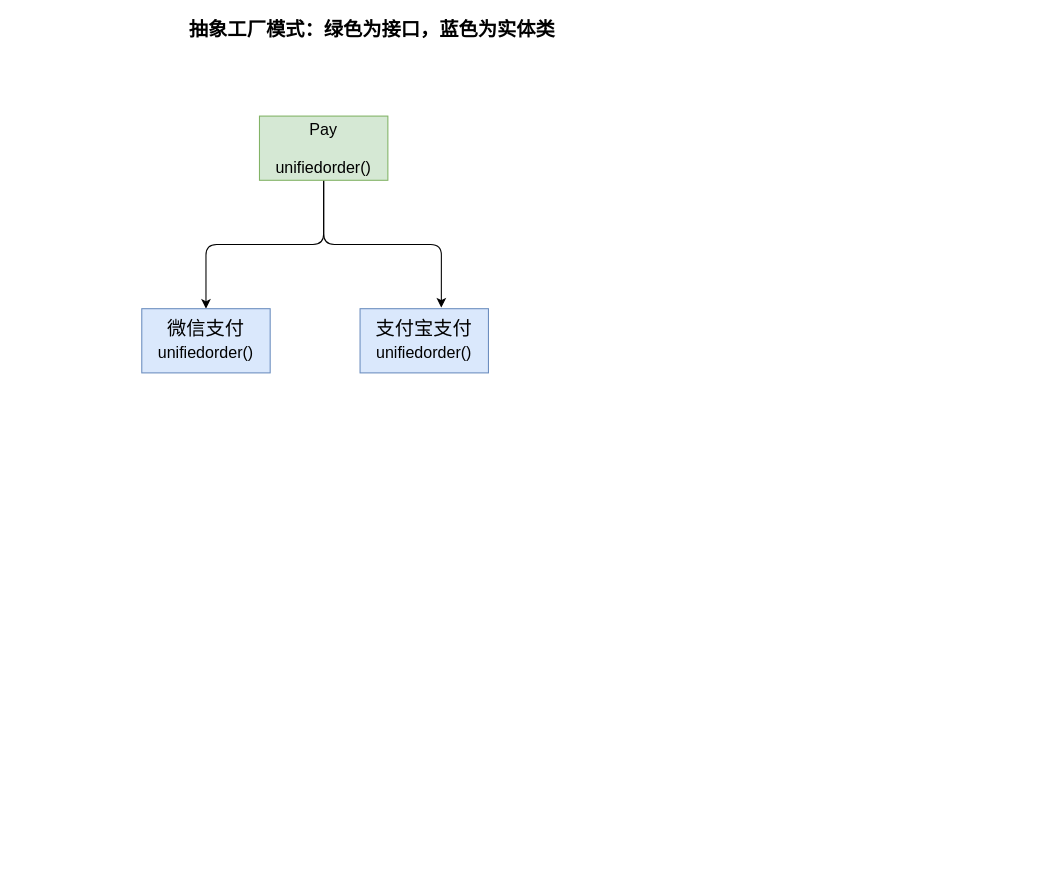
This is abstractfactory.drawio from springzb/diagrams, a draw.io file, before an edit. Source tidied: cells renumbered, new cells numbered last; positions are measured from the earlier drawing's top-left corner, leaving out a move shared by most shapes. Both pictures are drawn from the tidied source at 107%, with x=0, y=0 at pixel (141, 19).
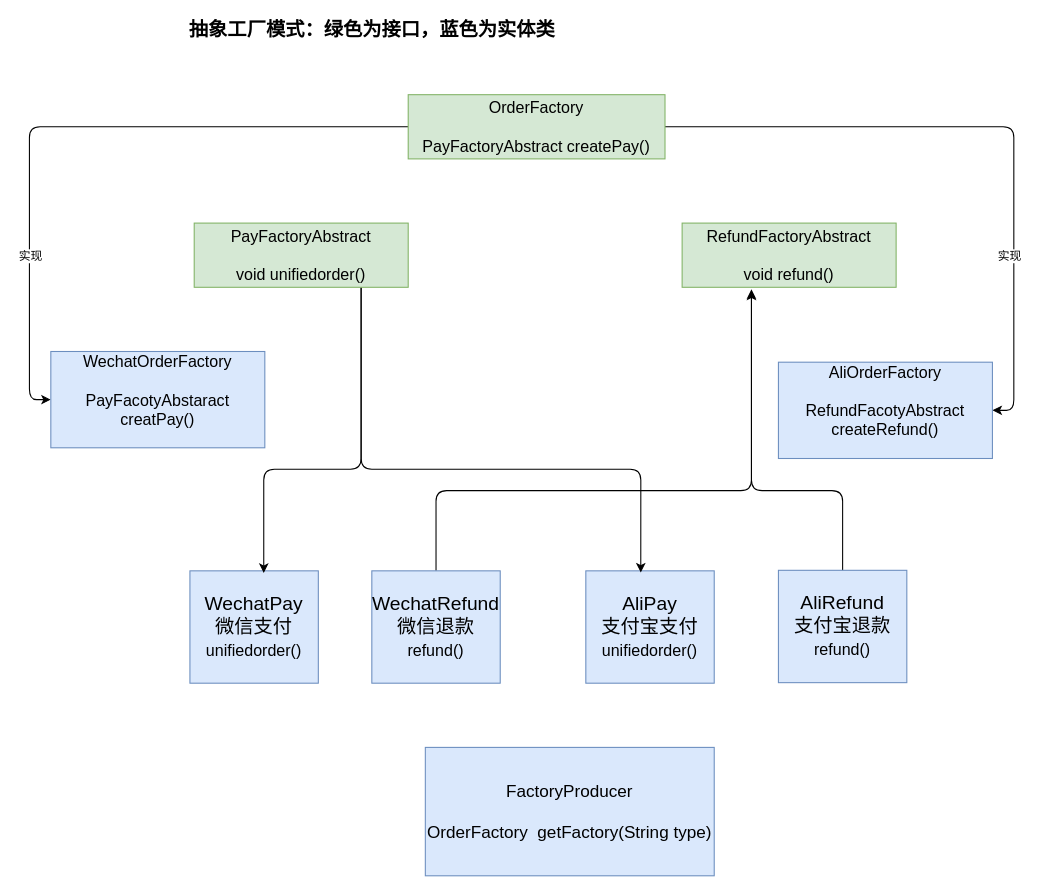
The same diagram, later.

Change to the diagram source:
```diff
@@
-    <mxCell id="2" style="edgeStyle=orthogonalEdgeStyle;rounded=1;jettySize=auto;html=1;entryX=0.5;entryY=0;entryDx=0;entryDy=0;" parent="1" edge="1" source="4" target="5">
-      <mxGeometry relative="1" as="geometry" />
-    </mxCell>
-    <mxCell id="3" style="edgeStyle=orthogonalEdgeStyle;rounded=1;jettySize=auto;html=1;entryX=0.633;entryY=-0.017;entryDx=0;entryDy=0;entryPerimeter=0;" parent="1" edge="1" source="4" target="6">
-      <mxGeometry relative="1" as="geometry" />
-    </mxCell>
-    <mxCell id="4" value="&lt;font style=&quot;font-size: 15px&quot;&gt;Pay&lt;br&gt;&lt;br&gt;unifiedorder()&lt;/font&gt;" style="rounded=0;whiteSpace=wrap;html=1;fillColor=#d5e8d4;strokeColor=#82b366;" parent="1" vertex="1">
-      <mxGeometry x="110" y="90" width="120" height="60" as="geometry" />
-    </mxCell>
-    <mxCell id="5" value="&lt;font style=&quot;font-size: 18px&quot;&gt;微信支付&lt;br&gt;&lt;span style=&quot;font-size: 15px&quot;&gt;unifiedorder()&lt;/span&gt;&lt;br&gt;&lt;/font&gt;" style="rounded=0;whiteSpace=wrap;html=1;fillColor=#dae8fc;strokeColor=#6c8ebf;" parent="1" vertex="1">
-      <mxGeometry y="270" width="120" height="60" as="geometry" />
+    <mxCell id="5" value="&lt;font style=&quot;font-size: 18px&quot;&gt;WechatPay&lt;br&gt;微信支付&lt;br&gt;&lt;span style=&quot;font-size: 15px&quot;&gt;unifiedorder()&lt;/span&gt;&lt;br&gt;&lt;/font&gt;" style="rounded=0;whiteSpace=wrap;html=1;fillColor=#dae8fc;strokeColor=#6c8ebf;" parent="1" vertex="1">
+      <mxGeometry x="45" y="515" width="120" height="105" as="geometry" />
     </mxCell>
-    <mxCell id="6" value="&lt;font style=&quot;font-size: 18px&quot;&gt;支付宝支付&lt;br&gt;&lt;span style=&quot;font-size: 15px&quot;&gt;unifiedorder()&lt;/span&gt;&lt;br&gt;&lt;/font&gt;" style="rounded=0;whiteSpace=wrap;html=1;fillColor=#dae8fc;strokeColor=#6c8ebf;" parent="1" vertex="1">
-      <mxGeometry x="204" y="270" width="120" height="60" as="geometry" />
+    <mxCell id="6" value="&lt;font style=&quot;font-size: 18px&quot;&gt;AliPay&lt;br&gt;支付宝支付&lt;br&gt;&lt;span style=&quot;font-size: 15px&quot;&gt;unifiedorder()&lt;/span&gt;&lt;br&gt;&lt;/font&gt;" style="rounded=0;whiteSpace=wrap;html=1;fillColor=#dae8fc;strokeColor=#6c8ebf;" parent="1" vertex="1">
+      <mxGeometry x="415" y="515" width="120" height="105" as="geometry" />
     </mxCell>
@@
+    <mxCell id="8" style="edgeStyle=orthogonalEdgeStyle;rounded=1;jettySize=auto;html=1;entryX=1;entryY=0.5;entryDx=0;entryDy=0;" parent="1" edge="1" source="11" target="17">
+      <mxGeometry relative="1" as="geometry" />
+    </mxCell>
+    <mxCell id="9" value="实现" style="edgeLabel;html=1;align=center;verticalAlign=middle;" parent="8" vertex="1">
+      <mxGeometry x="-0.28" y="-2" relative="1" as="geometry">
+        <mxPoint x="101.3" y="118" as="offset" />
+      </mxGeometry>
+    </mxCell>
+    <mxCell id="10" style="edgeStyle=orthogonalEdgeStyle;rounded=1;jettySize=auto;html=1;entryX=0;entryY=0.5;entryDx=0;entryDy=0;" parent="1" edge="1" source="11" target="16">
+      <mxGeometry relative="1" as="geometry" />
+    </mxCell>
+    <mxCell id="11" value="&lt;font style=&quot;font-size: 15px&quot;&gt;OrderFactory&lt;br&gt;&lt;br&gt;PayFactoryAbstract createPay()&lt;br&gt;&lt;/font&gt;" style="rounded=0;whiteSpace=wrap;html=1;fillColor=#d5e8d4;strokeColor=#82b366;" parent="1" vertex="1">
+      <mxGeometry x="249" y="70" width="240" height="60" as="geometry" />
+    </mxCell>
+    <mxCell id="12" style="edgeStyle=orthogonalEdgeStyle;rounded=1;jettySize=auto;html=1;entryX=0.575;entryY=0.019;entryDx=0;entryDy=0;entryPerimeter=0;" parent="1" edge="1" source="14" target="5">
+      <mxGeometry relative="1" as="geometry">
+        <Array as="points">
+          <mxPoint x="205" y="420" />
+          <mxPoint x="114" y="420" />
+        </Array>
+      </mxGeometry>
+    </mxCell>
+    <mxCell id="13" style="edgeStyle=orthogonalEdgeStyle;rounded=1;jettySize=auto;html=1;entryX=0.428;entryY=0.015;entryDx=0;entryDy=0;entryPerimeter=0;" parent="1" edge="1" source="14" target="6">
+      <mxGeometry relative="1" as="geometry">
+        <Array as="points">
+          <mxPoint x="205" y="420" />
+          <mxPoint x="466" y="420" />
+        </Array>
+      </mxGeometry>
+    </mxCell>
+    <mxCell id="14" value="&lt;font style=&quot;font-size: 15px&quot;&gt;PayFactoryAbstract&lt;br&gt;&lt;br&gt;void unifiedorder()&lt;/font&gt;" style="rounded=0;whiteSpace=wrap;html=1;fillColor=#d5e8d4;strokeColor=#82b366;" parent="1" vertex="1">
+      <mxGeometry x="49" y="190" width="200" height="60" as="geometry" />
+    </mxCell>
+    <mxCell id="15" value="&lt;font style=&quot;font-size: 15px&quot;&gt;RefundFactoryAbstract&lt;br&gt;&lt;br&gt;void refund()&lt;/font&gt;" style="rounded=0;whiteSpace=wrap;html=1;fillColor=#d5e8d4;strokeColor=#82b366;" parent="1" vertex="1">
+      <mxGeometry x="505" y="190" width="200" height="60" as="geometry" />
+    </mxCell>
+    <mxCell id="16" value="&lt;font style=&quot;font-size: 15px&quot;&gt;WechatOrderFactory&lt;br&gt;&lt;br&gt;PayFacotyAbstaract creatPay()&lt;br&gt;&lt;br&gt;&lt;/font&gt;" style="rounded=0;whiteSpace=wrap;html=1;fillColor=#dae8fc;strokeColor=#6c8ebf;" parent="1" vertex="1">
+      <mxGeometry x="-85" y="310" width="200" height="90" as="geometry" />
+    </mxCell>
+    <mxCell id="17" value="&lt;font style=&quot;font-size: 15px&quot;&gt;AliOrderFactory&lt;br&gt;&lt;br&gt;RefundFacotyAbstract createRefund()&lt;br&gt;&lt;br&gt;&lt;/font&gt;" style="rounded=0;whiteSpace=wrap;html=1;fillColor=#dae8fc;strokeColor=#6c8ebf;" parent="1" vertex="1">
+      <mxGeometry x="595" y="320" width="200" height="90" as="geometry" />
+    </mxCell>
+    <mxCell id="18" style="edgeStyle=orthogonalEdgeStyle;rounded=1;jettySize=auto;html=1;entryX=0.324;entryY=1.051;entryDx=0;entryDy=0;entryPerimeter=0;" parent="1" edge="1" source="19" target="15">
+      <mxGeometry relative="1" as="geometry">
+        <Array as="points">
+          <mxPoint x="275" y="440" />
+          <mxPoint x="570" y="440" />
+        </Array>
+      </mxGeometry>
+    </mxCell>
+    <mxCell id="19" value="&lt;font style=&quot;font-size: 18px&quot;&gt;WechatRefund&lt;br&gt;微信退款&lt;br&gt;&lt;span style=&quot;font-size: 15px&quot;&gt;refund()&lt;/span&gt;&lt;br&gt;&lt;/font&gt;" style="rounded=0;whiteSpace=wrap;html=1;fillColor=#dae8fc;strokeColor=#6c8ebf;" parent="1" vertex="1">
+      <mxGeometry x="215" y="515" width="120" height="105" as="geometry" />
+    </mxCell>
+    <mxCell id="20" style="edgeStyle=orthogonalEdgeStyle;rounded=1;jettySize=auto;html=1;entryX=0.324;entryY=1.031;entryDx=0;entryDy=0;entryPerimeter=0;" parent="1" edge="1" source="21" target="15">
+      <mxGeometry relative="1" as="geometry">
+        <Array as="points">
+          <mxPoint x="655" y="440" />
+          <mxPoint x="570" y="440" />
+        </Array>
+      </mxGeometry>
+    </mxCell>
+    <mxCell id="21" value="&lt;font style=&quot;font-size: 18px&quot;&gt;AliRefund&lt;br&gt;支付宝退款&lt;br&gt;&lt;span style=&quot;font-size: 15px&quot;&gt;refund()&lt;/span&gt;&lt;br&gt;&lt;/font&gt;" style="rounded=0;whiteSpace=wrap;html=1;fillColor=#dae8fc;strokeColor=#6c8ebf;" parent="1" vertex="1">
+      <mxGeometry x="595" y="514.5" width="120" height="105" as="geometry" />
+    </mxCell>
+    <mxCell id="22" value="实现" style="edgeLabel;html=1;align=center;verticalAlign=middle;" parent="1" vertex="1">
+      <mxGeometry x="-105" y="220" as="geometry" />
+    </mxCell>
+    <mxCell id="23" value="&lt;font style=&quot;font-size: 16px&quot;&gt;FactoryProducer&lt;br&gt;&lt;br&gt;OrderFactory&amp;nbsp; getFactory(String type)&lt;br&gt;&lt;/font&gt;" style="rounded=0;whiteSpace=wrap;html=1;fillColor=#dae8fc;strokeColor=#6c8ebf;" parent="1" vertex="1">
+      <mxGeometry x="265" y="680" width="270" height="120" as="geometry" />
+    </mxCell>
```
